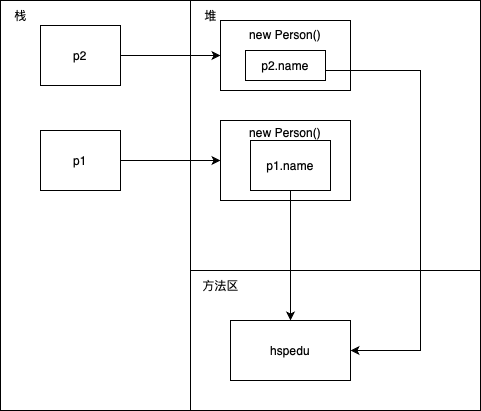
Earlier version of the draw.io export drawio/White.png (Stolorzs/Picgo). Source tidied: cells renumbered, new cells last; positions are measured from the earlier drawing's top-left corner, leaving out a move shared by most shapes.
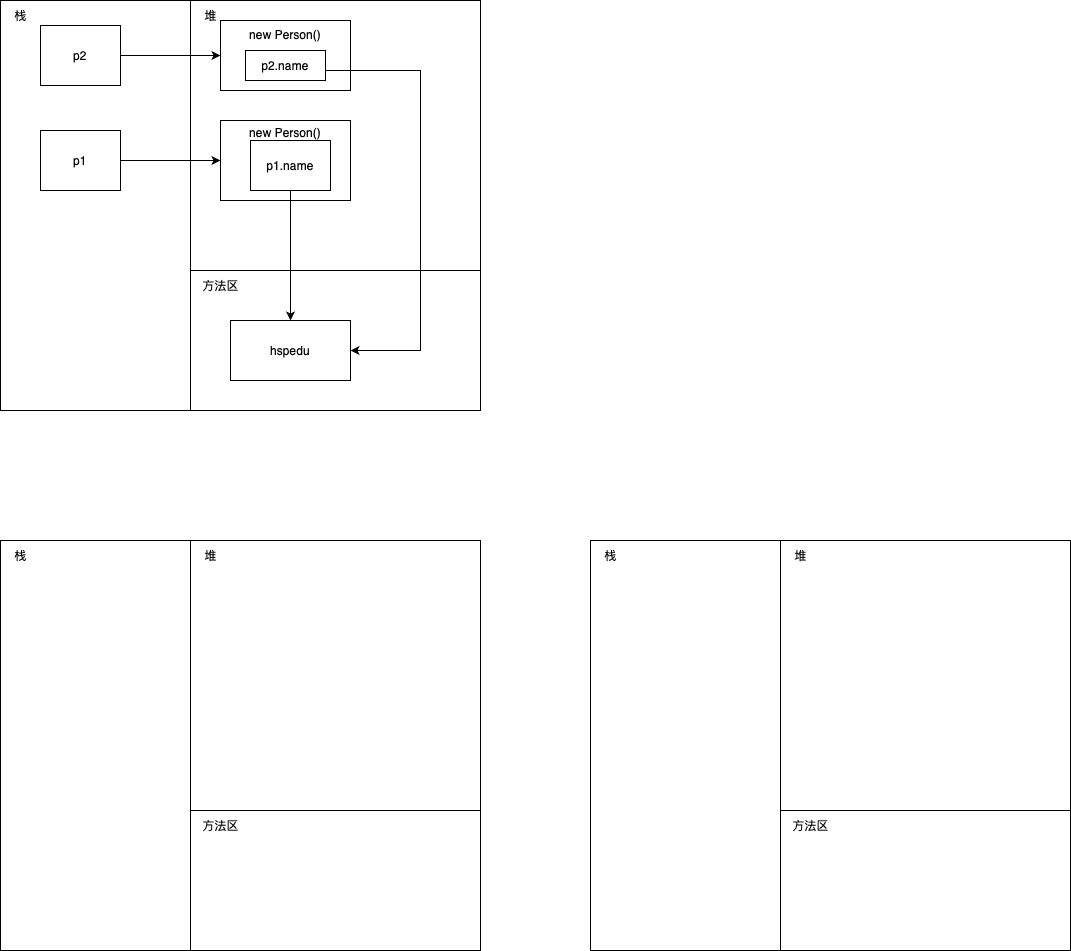
The same diagram one commit later.

Change to the diagram source:
```diff
@@ -58,5 +58,41 @@
     <mxCell id="18" value="p2.name" style="rounded=0;whiteSpace=wrap;html=1;" parent="1" vertex="1">
       <mxGeometry x="245" y="50" width="80" height="30" as="geometry" />
     </mxCell>
+    <mxCell id="19" style="rounded=0;whiteSpace=wrap;html=1;" parent="1" vertex="1">
+      <mxGeometry y="540" width="480" height="410" as="geometry" />
+    </mxCell>
+    <mxCell id="20" style="rounded=0;whiteSpace=wrap;html=1;" parent="1" vertex="1">
+      <mxGeometry y="540" width="190" height="410" as="geometry" />
+    </mxCell>
+    <mxCell id="21" style="rounded=0;whiteSpace=wrap;html=1;" parent="1" vertex="1">
+      <mxGeometry x="190" y="540" width="290" height="270" as="geometry" />
+    </mxCell>
+    <mxCell id="22" value="栈" style="text;html=1;align=center;verticalAlign=middle;strokeColor=none;fillColor=none;" parent="1" vertex="1">
+      <mxGeometry y="540" width="40" height="30" as="geometry" />
+    </mxCell>
+    <mxCell id="23" value="堆" style="text;html=1;align=center;verticalAlign=middle;strokeColor=none;fillColor=none;" parent="1" vertex="1">
+      <mxGeometry x="190" y="540" width="40" height="30" as="geometry" />
+    </mxCell>
+    <mxCell id="24" value="方法区" style="text;html=1;align=center;verticalAlign=middle;strokeColor=none;fillColor=none;" parent="1" vertex="1">
+      <mxGeometry x="190" y="810" width="60" height="30" as="geometry" />
+    </mxCell>
+    <mxCell id="25" style="rounded=0;whiteSpace=wrap;html=1;" parent="1" vertex="1">
+      <mxGeometry x="590" y="540" width="480" height="410" as="geometry" />
+    </mxCell>
+    <mxCell id="26" style="rounded=0;whiteSpace=wrap;html=1;" parent="1" vertex="1">
+      <mxGeometry x="590" y="540" width="190" height="410" as="geometry" />
+    </mxCell>
+    <mxCell id="27" style="rounded=0;whiteSpace=wrap;html=1;" parent="1" vertex="1">
+      <mxGeometry x="780" y="540" width="290" height="270" as="geometry" />
+    </mxCell>
+    <mxCell id="28" value="栈" style="text;html=1;align=center;verticalAlign=middle;strokeColor=none;fillColor=none;" parent="1" vertex="1">
+      <mxGeometry x="590" y="540" width="40" height="30" as="geometry" />
+    </mxCell>
+    <mxCell id="29" value="堆" style="text;html=1;align=center;verticalAlign=middle;strokeColor=none;fillColor=none;" parent="1" vertex="1">
+      <mxGeometry x="780" y="540" width="40" height="30" as="geometry" />
+    </mxCell>
+    <mxCell id="30" value="方法区" style="text;html=1;align=center;verticalAlign=middle;strokeColor=none;fillColor=none;" parent="1" vertex="1">
+      <mxGeometry x="780" y="810" width="60" height="30" as="geometry" />
+    </mxCell>
   </root>
 </mxGraphModel>
```
